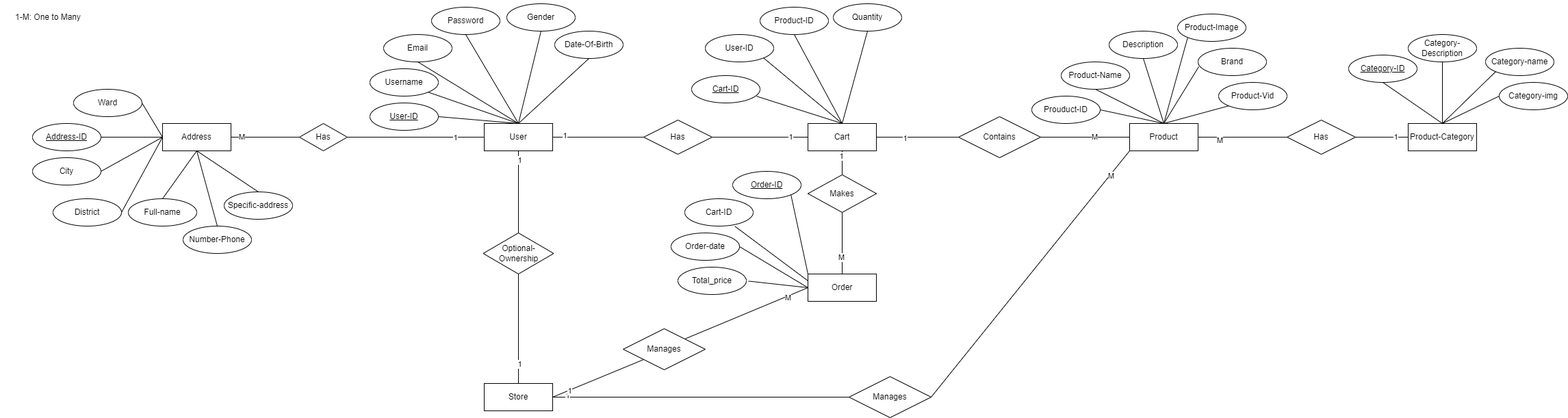
This is erd.drawio.png from huyga1185/buyit_cnpm, a draw.io export, as it was before one commit. Source tidied: cells renumbered, new cells last; positions are measured from the earlier drawing's top-left corner, leaving out a move shared by most shapes.
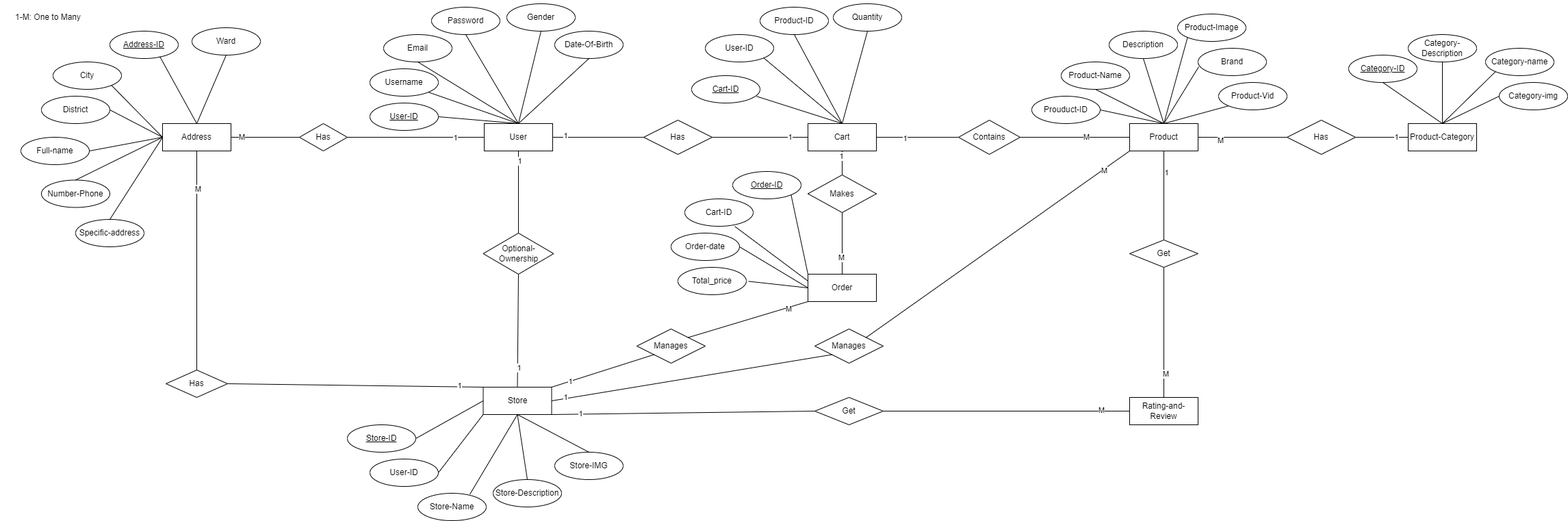
The same file after the commit.

Diff of the diagram source:
```diff
@@ -30,25 +30,25 @@
       <mxGeometry x="237" y="180" width="100" height="40" as="geometry" />
     </mxCell>
     <mxCell id="11" value="City" style="ellipse;whiteSpace=wrap;html=1;align=center;" parent="1" vertex="1">
-      <mxGeometry x="47" y="230" width="100" height="40" as="geometry" />
+      <mxGeometry x="77" y="90" width="100" height="40" as="geometry" />
     </mxCell>
     <mxCell id="12" value="District" style="ellipse;whiteSpace=wrap;html=1;align=center;" parent="1" vertex="1">
-      <mxGeometry x="77" y="290" width="100" height="40" as="geometry" />
+      <mxGeometry x="60" y="140" width="100" height="40" as="geometry" />
     </mxCell>
     <mxCell id="13" value="Ward" style="ellipse;whiteSpace=wrap;html=1;align=center;" parent="1" vertex="1">
-      <mxGeometry x="107" y="130" width="100" height="40" as="geometry" />
+      <mxGeometry x="280" y="40" width="100" height="40" as="geometry" />
     </mxCell>
     <mxCell id="14" style="edgeStyle=orthogonalEdgeStyle;rounded=0;orthogonalLoop=1;jettySize=auto;html=1;exitX=0.5;exitY=1;exitDx=0;exitDy=0;" parent="1" edge="1" source="13" target="13">
       <mxGeometry relative="1" as="geometry" />
     </mxCell>
     <mxCell id="15" value="Full-name" style="ellipse;whiteSpace=wrap;html=1;align=center;" parent="1" vertex="1">
-      <mxGeometry x="187" y="290" width="100" height="40" as="geometry" />
+      <mxGeometry x="30" y="200" width="100" height="40" as="geometry" />
     </mxCell>
     <mxCell id="16" value="Address-ID" style="ellipse;whiteSpace=wrap;html=1;align=center;fontStyle=4;" parent="1" vertex="1">
-      <mxGeometry x="47" y="180" width="100" height="40" as="geometry" />
+      <mxGeometry x="160" y="45" width="100" height="40" as="geometry" />
     </mxCell>
     <mxCell id="17" value="Number-Phone" style="ellipse;whiteSpace=wrap;html=1;align=center;" parent="1" vertex="1">
-      <mxGeometry x="267" y="330" width="100" height="40" as="geometry" />
+      <mxGeometry x="60" y="262.5" width="100" height="40" as="geometry" />
     </mxCell>
     <mxCell id="18" value="Gender" style="ellipse;whiteSpace=wrap;html=1;align=center;" parent="1" vertex="1">
       <mxGeometry x="740" y="5" width="100" height="40" as="geometry" />
@@ -62,11 +62,13 @@
     <mxCell id="21" value="Order-ID" style="ellipse;whiteSpace=wrap;html=1;align=center;fontStyle=4;" parent="1" vertex="1">
       <mxGeometry x="1070" y="250" width="100" height="40" as="geometry" />
     </mxCell>
-    <mxCell id="22" style="endArrow=none;html=1;rounded=0;exitX=0.5;exitY=1;exitDx=0;exitDy=0;entryX=0.5;entryY=0;entryDx=0;entryDy=0;" parent="1" edge="1" source="10" target="17">
+    <mxCell id="22" style="endArrow=none;html=1;rounded=0;exitX=0;exitY=0.5;exitDx=0;exitDy=0;entryX=0.5;entryY=0;entryDx=0;entryDy=0;" parent="1" edge="1" source="10" target="17">
       <mxGeometry relative="1" as="geometry" />
     </mxCell>
-    <mxCell id="23" style="endArrow=none;html=1;rounded=0;exitX=0.5;exitY=1;exitDx=0;exitDy=0;entryX=0.5;entryY=0;entryDx=0;entryDy=0;" parent="1" edge="1" source="10" target="15">
-      <mxGeometry relative="1" as="geometry" />
+    <mxCell id="23" style="endArrow=none;html=1;rounded=0;exitX=0;exitY=0.5;exitDx=0;exitDy=0;" parent="1" edge="1" source="10">
+      <mxGeometry relative="1" as="geometry">
+        <mxPoint x="130" y="220" as="targetPoint" />
+      </mxGeometry>
     </mxCell>
     <mxCell id="24" style="endArrow=none;html=1;rounded=0;exitX=0;exitY=0.5;exitDx=0;exitDy=0;entryX=1;entryY=0.5;entryDx=0;entryDy=0;" parent="1" edge="1" source="7" target="10">
       <mxGeometry relative="1" as="geometry" />
@@ -74,16 +76,16 @@
     <mxCell id="25" value="M" style="edgeLabel;html=1;align=center;verticalAlign=middle;" parent="24" vertex="1">
       <mxGeometry x="0.69" y="-1" relative="1" as="geometry" />
     </mxCell>
-    <mxCell id="26" style="endArrow=none;html=1;rounded=0;exitX=0;exitY=0.5;exitDx=0;exitDy=0;entryX=1;entryY=0.5;entryDx=0;entryDy=0;" parent="1" edge="1" source="10" target="13">
+    <mxCell id="26" style="endArrow=none;html=1;rounded=0;exitX=0.5;exitY=0;exitDx=0;exitDy=0;entryX=0.5;entryY=1;entryDx=0;entryDy=0;" parent="1" edge="1" source="10" target="13">
       <mxGeometry relative="1" as="geometry" />
     </mxCell>
     <mxCell id="27" style="endArrow=none;html=1;rounded=0;exitX=0;exitY=0.5;exitDx=0;exitDy=0;entryX=1;entryY=0.5;entryDx=0;entryDy=0;" parent="1" edge="1" source="10" target="12">
       <mxGeometry relative="1" as="geometry" />
     </mxCell>
-    <mxCell id="28" style="endArrow=none;html=1;rounded=0;exitX=0;exitY=0.5;exitDx=0;exitDy=0;entryX=1;entryY=0.5;entryDx=0;entryDy=0;" parent="1" edge="1" source="10" target="11">
+    <mxCell id="28" style="endArrow=none;html=1;rounded=0;exitX=0;exitY=0.5;exitDx=0;exitDy=0;entryX=1;entryY=1;entryDx=0;entryDy=0;" parent="1" edge="1" source="10" target="11">
       <mxGeometry relative="1" as="geometry" />
     </mxCell>
-    <mxCell id="29" style="endArrow=none;html=1;rounded=0;exitX=0;exitY=0.5;exitDx=0;exitDy=0;entryX=1;entryY=0.5;entryDx=0;entryDy=0;" parent="1" edge="1" source="10" target="16">
+    <mxCell id="29" style="endArrow=none;html=1;rounded=0;exitX=0.5;exitY=0;exitDx=0;exitDy=0;entryX=0.73;entryY=0.925;entryDx=0;entryDy=0;entryPerimeter=0;" parent="1" edge="1" source="10" target="16">
       <mxGeometry relative="1" as="geometry" />
     </mxCell>
     <mxCell id="30" style="endArrow=none;html=1;rounded=0;exitX=0.5;exitY=0;exitDx=0;exitDy=0;entryX=1;entryY=0.5;entryDx=0;entryDy=0;" parent="1" edge="1" source="2" target="4">
@@ -111,7 +113,7 @@
       <mxGeometry x="1650" y="180" width="100" height="40" as="geometry" />
     </mxCell>
     <mxCell id="38" value="Contains" style="shape=rhombus;perimeter=rhombusPerimeter;whiteSpace=wrap;html=1;align=center;" parent="1" vertex="1">
-      <mxGeometry x="1400" y="170" width="120" height="60" as="geometry" />
+      <mxGeometry x="1400" y="175" width="90" height="50" as="geometry" />
     </mxCell>
     <mxCell id="39" value="Total_price" style="ellipse;whiteSpace=wrap;html=1;align=center;" parent="1" vertex="1">
       <mxGeometry x="990" y="390" width="100" height="40" as="geometry" />
@@ -126,9 +128,9 @@
       <mxGeometry relative="1" as="geometry" />
     </mxCell>
     <mxCell id="43" value="Specific-address" style="ellipse;whiteSpace=wrap;html=1;align=center;" parent="1" vertex="1">
-      <mxGeometry x="327" y="280" width="100" height="40" as="geometry" />
+      <mxGeometry x="110" y="320" width="100" height="40" as="geometry" />
     </mxCell>
-    <mxCell id="44" style="endArrow=none;html=1;rounded=0;exitX=0.5;exitY=1;exitDx=0;exitDy=0;entryX=0.5;entryY=0;entryDx=0;entryDy=0;" parent="1" edge="1" source="10" target="43">
+    <mxCell id="44" style="endArrow=none;html=1;rounded=0;exitX=0;exitY=0.5;exitDx=0;exitDy=0;entryX=0.5;entryY=0;entryDx=0;entryDy=0;" parent="1" edge="1" source="10" target="43">
       <mxGeometry relative="1" as="geometry" />
     </mxCell>
     <mxCell id="45" value="Prouduct-ID" style="ellipse;whiteSpace=wrap;html=1;align=center;" parent="1" vertex="1">
@@ -294,15 +296,15 @@
       </mxGeometry>
     </mxCell>
     <mxCell id="97" value="Manages" style="shape=rhombus;perimeter=rhombusPerimeter;whiteSpace=wrap;html=1;align=center;" parent="1" vertex="1">
-      <mxGeometry x="1240" y="550" width="120" height="60" as="geometry" />
+      <mxGeometry x="1190" y="480" width="100" height="50" as="geometry" />
     </mxCell>
-    <mxCell id="98" style="endArrow=none;html=1;rounded=0;exitX=1;exitY=0.5;exitDx=0;exitDy=0;" parent="1" edge="1" source="112" target="97">
+    <mxCell id="98" style="endArrow=none;html=1;rounded=0;exitX=1;exitY=0.5;exitDx=0;exitDy=0;entryX=0;entryY=1;entryDx=0;entryDy=0;" parent="1" edge="1" source="112" target="97">
       <mxGeometry relative="1" as="geometry" />
     </mxCell>
     <mxCell id="99" value="1" style="edgeLabel;html=1;align=center;verticalAlign=middle;" parent="98" vertex="1">
       <mxGeometry x="-0.9" y="3" relative="1" as="geometry" />
     </mxCell>
-    <mxCell id="100" style="endArrow=none;html=1;rounded=0;exitX=1;exitY=0.5;exitDx=0;exitDy=0;entryX=0;entryY=1;entryDx=0;entryDy=0;" parent="1" edge="1" source="97" target="37">
+    <mxCell id="100" style="endArrow=none;html=1;rounded=0;exitX=1;exitY=0;exitDx=0;exitDy=0;entryX=0;entryY=1;entryDx=0;entryDy=0;" parent="1" edge="1" source="97" target="37">
       <mxGeometry relative="1" as="geometry" />
     </mxCell>
     <mxCell id="101" value="M" style="edgeLabel;html=1;align=center;verticalAlign=middle;" parent="100" vertex="1">
@@ -324,9 +326,9 @@
       <mxGeometry relative="1" as="geometry" />
     </mxCell>
     <mxCell id="107" value="Manages" style="shape=rhombus;perimeter=rhombusPerimeter;whiteSpace=wrap;html=1;align=center;" parent="1" vertex="1">
-      <mxGeometry x="910" y="480" width="120" height="60" as="geometry" />
+      <mxGeometry x="930" y="480" width="100" height="50" as="geometry" />
     </mxCell>
-    <mxCell id="108" style="endArrow=none;html=1;rounded=0;exitX=0;exitY=0.5;exitDx=0;exitDy=0;entryX=1;entryY=0;entryDx=0;entryDy=0;" parent="1" edge="1" source="20" target="107">
+    <mxCell id="108" style="endArrow=none;html=1;rounded=0;exitX=0;exitY=1;exitDx=0;exitDy=0;entryX=1;entryY=0;entryDx=0;entryDy=0;" parent="1" edge="1" source="20" target="107">
       <mxGeometry relative="1" as="geometry" />
     </mxCell>
     <mxCell id="109" value="M" style="edgeLabel;html=1;align=center;verticalAlign=middle;" parent="108" vertex="1">
@@ -334,14 +336,94 @@
         <mxPoint x="-1" as="offset" />
       </mxGeometry>
     </mxCell>
-    <mxCell id="110" style="endArrow=none;html=1;rounded=0;exitX=1;exitY=0.5;exitDx=0;exitDy=0;entryX=0;entryY=1;entryDx=0;entryDy=0;" parent="1" edge="1" source="112" target="107">
+    <mxCell id="110" style="endArrow=none;html=1;rounded=0;exitX=1;exitY=0;exitDx=0;exitDy=0;entryX=0;entryY=1;entryDx=0;entryDy=0;" parent="1" edge="1" source="112" target="107">
       <mxGeometry relative="1" as="geometry" />
     </mxCell>
     <mxCell id="111" value="1" style="edgeLabel;html=1;align=center;verticalAlign=middle;" parent="110" vertex="1">
       <mxGeometry x="-0.64" relative="1" as="geometry" />
     </mxCell>
     <mxCell id="112" value="Store" style="whiteSpace=wrap;html=1;align=center;" parent="1" vertex="1">
-      <mxGeometry x="707" y="560" width="100" height="40" as="geometry" />
+      <mxGeometry x="705.5" y="565" width="100" height="40" as="geometry" />
     </mxCell>
+    <mxCell id="113" style="endArrow=none;html=1;rounded=0;entryX=1;entryY=0.5;entryDx=0;entryDy=0;exitX=0;exitY=0;exitDx=0;exitDy=0;" parent="1" edge="1" source="112" target="115">
+      <mxGeometry relative="1" as="geometry" />
+    </mxCell>
+    <mxCell id="114" value="1" style="edgeLabel;html=1;align=center;verticalAlign=middle;" parent="113" vertex="1">
+      <mxGeometry x="-0.8" y="-2" relative="1" as="geometry">
+        <mxPoint x="1" as="offset" />
+      </mxGeometry>
+    </mxCell>
+    <mxCell id="115" value="Has" style="shape=rhombus;perimeter=rhombusPerimeter;whiteSpace=wrap;html=1;align=center;" parent="1" vertex="1">
+      <mxGeometry x="242" y="540" width="90" height="40" as="geometry" />
+    </mxCell>
+    <mxCell id="116" style="endArrow=none;html=1;rounded=0;exitX=0.5;exitY=0;exitDx=0;exitDy=0;entryX=0.5;entryY=1;entryDx=0;entryDy=0;" parent="1" edge="1" source="115" target="10">
+      <mxGeometry relative="1" as="geometry" />
+    </mxCell>
+    <mxCell id="117" value="M" style="edgeLabel;html=1;align=center;verticalAlign=middle;" parent="116" vertex="1">
+      <mxGeometry x="0.65" y="-1" relative="1" as="geometry" />
+    </mxCell>
+    <mxCell id="118" value="User-ID" style="ellipse;whiteSpace=wrap;html=1;align=center;" parent="1" vertex="1">
+      <mxGeometry x="540" y="670" width="100" height="40" as="geometry" />
+    </mxCell>
+    <mxCell id="119" value="Store-ID" style="ellipse;whiteSpace=wrap;html=1;align=center;fontStyle=4;" parent="1" vertex="1">
+      <mxGeometry x="507" y="620" width="100" height="40" as="geometry" />
+    </mxCell>
+    <mxCell id="120" value="Store-Name" style="ellipse;whiteSpace=wrap;html=1;align=center;" parent="1" vertex="1">
+      <mxGeometry x="610" y="720" width="100" height="40" as="geometry" />
+    </mxCell>
+    <mxCell id="121" value="Store-Description" style="ellipse;whiteSpace=wrap;html=1;align=center;" parent="1" vertex="1">
+      <mxGeometry x="720" y="700" width="100" height="40" as="geometry" />
+    </mxCell>
+    <mxCell id="122" value="Store-IMG" style="ellipse;whiteSpace=wrap;html=1;align=center;" parent="1" vertex="1">
+      <mxGeometry x="810" y="660" width="100" height="40" as="geometry" />
+    </mxCell>
+    <mxCell id="123" style="endArrow=none;html=1;rounded=0;exitX=0;exitY=0.5;exitDx=0;exitDy=0;entryX=1;entryY=0.5;entryDx=0;entryDy=0;" parent="1" edge="1" source="112" target="119">
+      <mxGeometry relative="1" as="geometry" />
+    </mxCell>
+    <mxCell id="124" style="endArrow=none;html=1;rounded=0;exitX=0;exitY=1;exitDx=0;exitDy=0;entryX=1;entryY=0.5;entryDx=0;entryDy=0;" parent="1" edge="1" source="112" target="118">
+      <mxGeometry relative="1" as="geometry" />
+    </mxCell>
+    <mxCell id="125" style="endArrow=none;html=1;rounded=0;exitX=0.5;exitY=1;exitDx=0;exitDy=0;entryX=0.761;entryY=0.036;entryDx=0;entryDy=0;entryPerimeter=0;" parent="1" edge="1" source="112" target="120">
+      <mxGeometry relative="1" as="geometry" />
+    </mxCell>
+    <mxCell id="126" style="endArrow=none;html=1;rounded=0;exitX=0.5;exitY=1;exitDx=0;exitDy=0;entryX=0.5;entryY=0;entryDx=0;entryDy=0;" parent="1" edge="1" source="112" target="121">
+      <mxGeometry relative="1" as="geometry" />
+    </mxCell>
+    <mxCell id="127" style="endArrow=none;html=1;rounded=0;exitX=0.5;exitY=1;exitDx=0;exitDy=0;entryX=0.5;entryY=0;entryDx=0;entryDy=0;" parent="1" edge="1" source="112" target="122">
+      <mxGeometry relative="1" as="geometry" />
+    </mxCell>
+    <mxCell id="128" value="Get" style="shape=rhombus;perimeter=rhombusPerimeter;whiteSpace=wrap;html=1;align=center;" parent="1" vertex="1">
+      <mxGeometry x="1650" y="350" width="100" height="40" as="geometry" />
+    </mxCell>
+    <mxCell id="129" value="Rating-and-Review" style="whiteSpace=wrap;html=1;align=center;" parent="1" vertex="1">
+      <mxGeometry x="1650" y="580" width="100" height="40" as="geometry" />
+    </mxCell>
+    <mxCell id="130" style="endArrow=none;html=1;rounded=0;exitX=0.5;exitY=1;exitDx=0;exitDy=0;entryX=0.5;entryY=0;entryDx=0;entryDy=0;" parent="1" edge="1" source="37" target="128">
+      <mxGeometry relative="1" as="geometry" />
+    </mxCell>
+    <mxCell id="131" value="1" style="edgeLabel;html=1;align=center;verticalAlign=middle;" parent="130" vertex="1">
+      <mxGeometry x="-0.51" y="3" relative="1" as="geometry" />
+    </mxCell>
+    <mxCell id="132" style="endArrow=none;html=1;rounded=0;entryX=0.5;entryY=1;entryDx=0;entryDy=0;exitX=0.5;exitY=0;exitDx=0;exitDy=0;" parent="1" edge="1" source="129" target="128">
+      <mxGeometry relative="1" as="geometry" />
+    </mxCell>
+    <mxCell id="133" value="M" style="edgeLabel;html=1;align=center;verticalAlign=middle;" parent="132" vertex="1">
+      <mxGeometry x="-0.64" y="-2" relative="1" as="geometry" />
+    </mxCell>
+    <mxCell id="134" value="Get" style="shape=rhombus;perimeter=rhombusPerimeter;whiteSpace=wrap;html=1;align=center;" parent="1" vertex="1">
+      <mxGeometry x="1190" y="580" width="100" height="40" as="geometry" />
+    </mxCell>
+    <mxCell id="135" style="endArrow=none;html=1;rounded=0;exitX=1;exitY=1;exitDx=0;exitDy=0;entryX=0;entryY=0.5;entryDx=0;entryDy=0;" parent="1" edge="1" source="112" target="134">
+      <mxGeometry relative="1" as="geometry" />
+    </mxCell>
+    <mxCell id="136" value="1" style="edgeLabel;html=1;align=center;verticalAlign=middle;" parent="135" vertex="1">
+      <mxGeometry x="-0.79" y="1" relative="1" as="geometry" />
+    </mxCell>
+    <mxCell id="137" style="endArrow=none;html=1;rounded=0;exitX=1;exitY=0.5;exitDx=0;exitDy=0;entryX=0;entryY=0.5;entryDx=0;entryDy=0;" parent="1" edge="1" source="134" target="129">
+      <mxGeometry relative="1" as="geometry" />
+    </mxCell>
+    <mxCell id="138" value="M" style="edgeLabel;html=1;align=center;verticalAlign=middle;" parent="137" vertex="1">
+      <mxGeometry x="0.77" y="2" relative="1" as="geometry" />
+    </mxCell>
   </root>
 </mxGraphModel>
```
